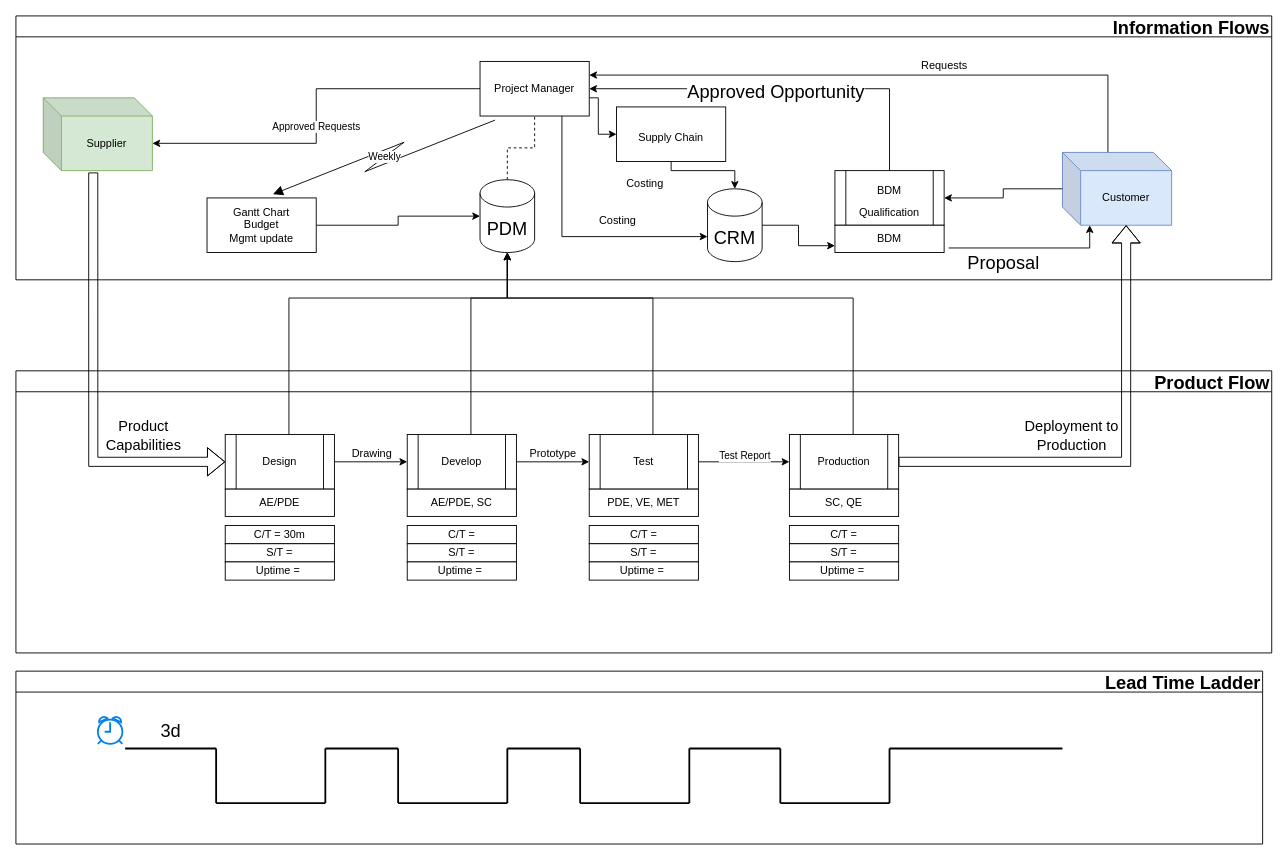
Before: VSM design process.drawio in JMacT/Face-Seal-Project-ESP-International, a draw.io diagram. Source tidied: cells renumbered, new cells numbered last; positions are measured from the earlier drawing's top-left corner, leaving out a move shared by most shapes. Both pictures are drawn from the tidied source at 91%, with x=0, y=0 at pixel (15, 15).
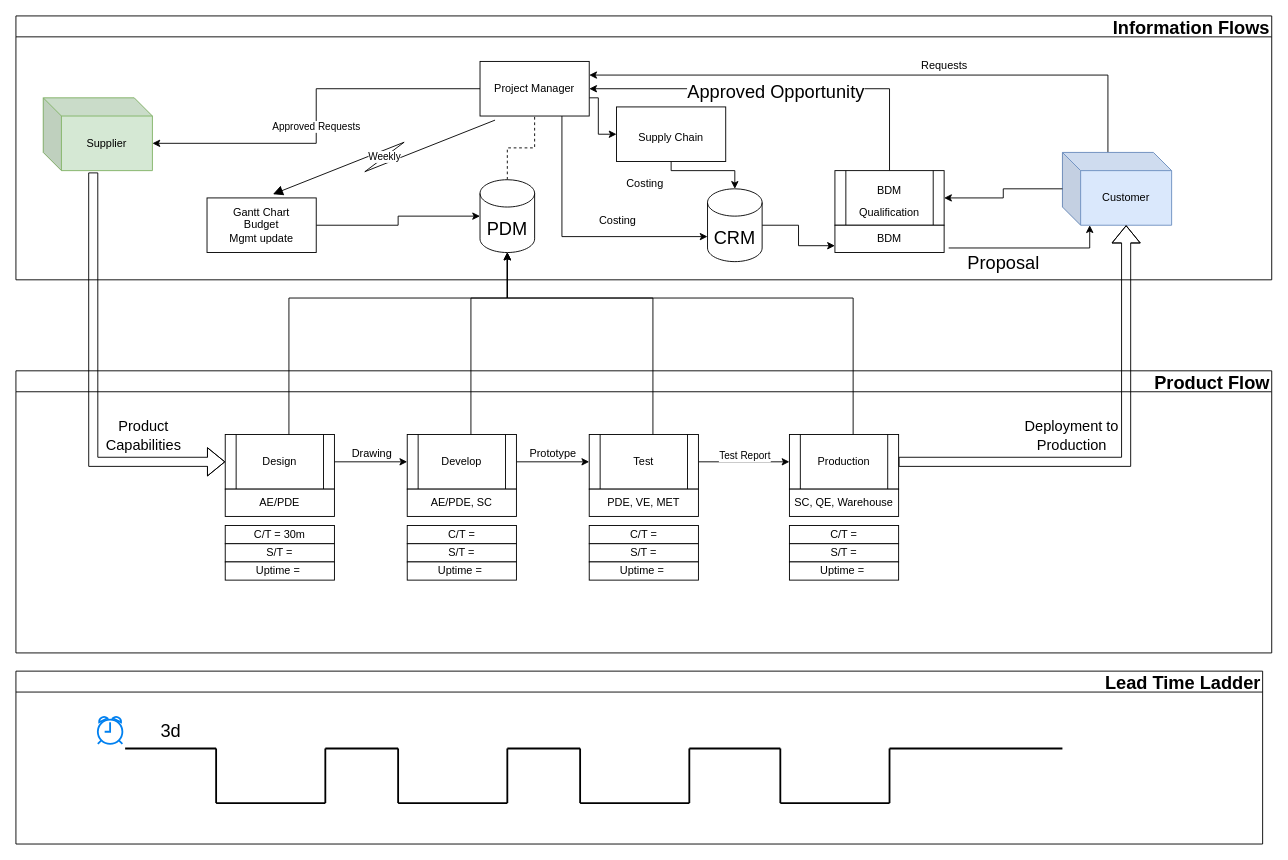
After the change.

The change refers to these unchanged cells:
```xml
<mxCell id="30" value="Product Flow" style="swimlane;align=right;fontSize=20;" parent="1" vertex="1">
  <mxGeometry y="390" width="1380" height="310" as="geometry" />
</mxCell>
```

Change to the diagram source:
```diff
@@
-    <mxCell id="44" value="SC, QE" style="rounded=0;whiteSpace=wrap;html=1;" parent="30" vertex="1">
+    <mxCell id="44" value="SC, QE, Warehouse" style="rounded=0;whiteSpace=wrap;html=1;" parent="30" vertex="1">
       <mxGeometry x="850" y="130" width="120" height="30" as="geometry" />
     </mxCell>
```
